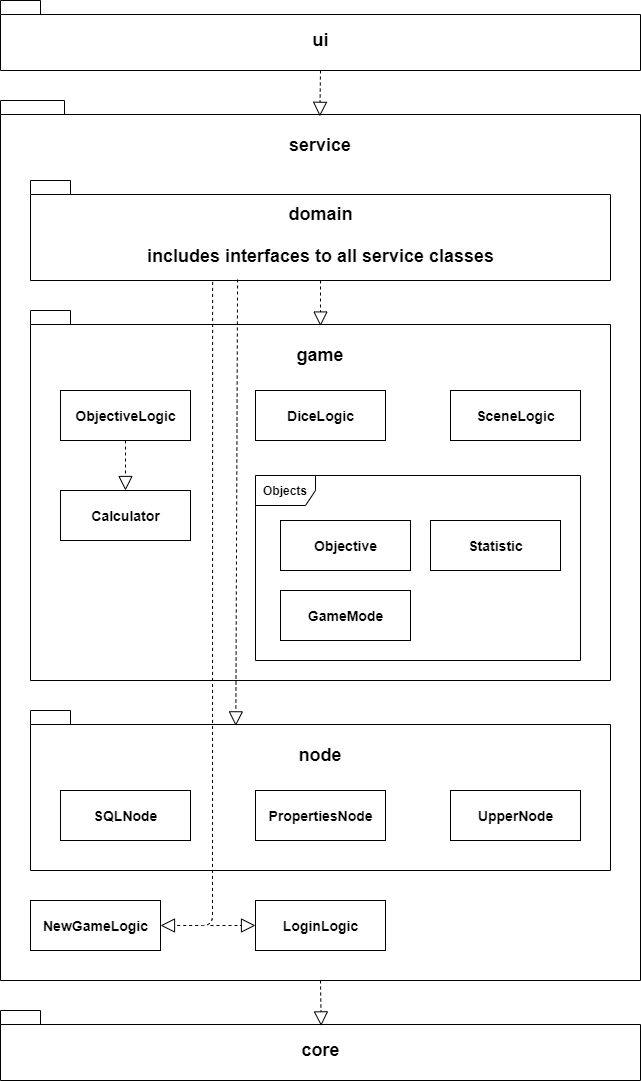
Before: Images/logic.png, a diagram exported from draw.io (tsa-dom/ot-harjoitustyo). Source tidied: cells renumbered, new cells last; positions are measured from the earlier drawing's top-left corner, leaving out a move shared by most shapes. Source of this version:
```xml
<mxGraphModel>
  <root>
    <mxCell id="0" />
    <mxCell id="1" parent="0" />
    <mxCell id="2" value="&lt;font style=&quot;font-size: 18px&quot;&gt;ui&lt;/font&gt;" style="shape=folder;fontStyle=1;spacingTop=10;tabWidth=40;tabHeight=14;tabPosition=left;html=1;" parent="1" vertex="1">
      <mxGeometry width="640" height="70" as="geometry" />
    </mxCell>
    <mxCell id="3" style="shape=folder;fontStyle=1;spacingTop=10;tabWidth=40;tabHeight=14;tabPosition=left;html=1;" parent="1" vertex="1">
      <mxGeometry y="100" width="640" height="880" as="geometry" />
    </mxCell>
    <mxCell id="4" value="service" style="text;align=center;fontStyle=1;verticalAlign=middle;spacingLeft=3;spacingRight=3;strokeColor=none;fontSize=18;" parent="1" vertex="1">
      <mxGeometry x="280" y="130" width="80" height="26" as="geometry" />
    </mxCell>
    <mxCell id="5" style="shape=folder;fontStyle=1;spacingTop=10;tabWidth=40;tabHeight=14;tabPosition=left;html=1;" parent="1" vertex="1">
      <mxGeometry x="30" y="310" width="580" height="370" as="geometry" />
    </mxCell>
    <mxCell id="6" value="game" style="text;align=center;fontStyle=1;verticalAlign=middle;spacingLeft=3;spacingRight=3;strokeColor=none;fontSize=18;" parent="1" vertex="1">
      <mxGeometry x="280" y="340" width="80" height="26" as="geometry" />
    </mxCell>
    <mxCell id="7" value="&lt;span style=&quot;font-size: 14px&quot;&gt;&lt;b&gt;ObjectiveLogic&lt;/b&gt;&lt;/span&gt;" style="html=1;" parent="1" vertex="1">
      <mxGeometry x="60" y="390" width="130" height="50" as="geometry" />
    </mxCell>
    <mxCell id="8" value="&lt;span style=&quot;font-size: 14px&quot;&gt;&lt;b&gt;Calculator&lt;/b&gt;&lt;/span&gt;" style="html=1;" parent="1" vertex="1">
      <mxGeometry x="60" y="490" width="130" height="50" as="geometry" />
    </mxCell>
    <mxCell id="9" value="&lt;span style=&quot;font-size: 14px&quot;&gt;&lt;b&gt;DiceLogic&lt;/b&gt;&lt;/span&gt;" style="html=1;" parent="1" vertex="1">
      <mxGeometry x="255" y="390" width="130" height="50" as="geometry" />
    </mxCell>
    <mxCell id="10" value="&lt;span style=&quot;font-size: 14px&quot;&gt;&lt;b&gt;SceneLogic&lt;/b&gt;&lt;/span&gt;" style="html=1;" parent="1" vertex="1">
      <mxGeometry x="450" y="390" width="130" height="50" as="geometry" />
    </mxCell>
    <mxCell id="11" value="&lt;font style=&quot;font-size: 18px&quot;&gt;domain&lt;br&gt;&lt;br&gt;includes interfaces to all service classes&lt;br&gt;&lt;/font&gt;" style="shape=folder;fontStyle=1;spacingTop=10;tabWidth=40;tabHeight=14;tabPosition=left;html=1;" parent="1" vertex="1">
      <mxGeometry x="30" y="180" width="580" height="100" as="geometry" />
    </mxCell>
    <mxCell id="12" value="&lt;b&gt;&lt;font style=&quot;font-size: 12px&quot;&gt;Objects&lt;/font&gt;&lt;/b&gt;" style="shape=umlFrame;whiteSpace=wrap;html=1;" parent="1" vertex="1">
      <mxGeometry x="255" y="475" width="325" height="185" as="geometry" />
    </mxCell>
    <mxCell id="13" value="&lt;span style=&quot;font-size: 14px&quot;&gt;&lt;b&gt;Objective&lt;/b&gt;&lt;/span&gt;" style="html=1;" parent="1" vertex="1">
      <mxGeometry x="280" y="520" width="130" height="50" as="geometry" />
    </mxCell>
    <mxCell id="14" value="&lt;span style=&quot;font-size: 14px&quot;&gt;&lt;b&gt;Statistic&lt;/b&gt;&lt;/span&gt;" style="html=1;" parent="1" vertex="1">
      <mxGeometry x="430" y="520" width="130" height="50" as="geometry" />
    </mxCell>
    <mxCell id="15" value="&lt;span style=&quot;font-size: 14px&quot;&gt;&lt;b&gt;GameMode&lt;/b&gt;&lt;/span&gt;" style="html=1;" parent="1" vertex="1">
      <mxGeometry x="280" y="590" width="130" height="50" as="geometry" />
    </mxCell>
    <mxCell id="16" style="shape=folder;fontStyle=1;spacingTop=10;tabWidth=40;tabHeight=14;tabPosition=left;html=1;" parent="1" vertex="1">
      <mxGeometry x="30" y="710" width="580" height="160" as="geometry" />
    </mxCell>
    <mxCell id="17" value="node" style="text;align=center;fontStyle=1;verticalAlign=middle;spacingLeft=3;spacingRight=3;strokeColor=none;fontSize=18;" parent="1" vertex="1">
      <mxGeometry x="280" y="740" width="80" height="26" as="geometry" />
    </mxCell>
    <mxCell id="18" value="&lt;span style=&quot;font-size: 14px&quot;&gt;&lt;b&gt;SQLNode&lt;/b&gt;&lt;/span&gt;" style="html=1;" parent="1" vertex="1">
      <mxGeometry x="60" y="790" width="130" height="50" as="geometry" />
    </mxCell>
    <mxCell id="19" value="&lt;span style=&quot;font-size: 14px&quot;&gt;&lt;b&gt;PropertiesNode&lt;/b&gt;&lt;/span&gt;" style="html=1;" parent="1" vertex="1">
      <mxGeometry x="255" y="790" width="130" height="50" as="geometry" />
    </mxCell>
    <mxCell id="20" value="&lt;span style=&quot;font-size: 14px&quot;&gt;&lt;b&gt;UpperNode&lt;/b&gt;&lt;/span&gt;" style="html=1;" parent="1" vertex="1">
      <mxGeometry x="450" y="790" width="130" height="50" as="geometry" />
    </mxCell>
    <mxCell id="21" value="&lt;span style=&quot;font-size: 14px&quot;&gt;&lt;b&gt;NewGameLogic&lt;/b&gt;&lt;/span&gt;" style="html=1;" parent="1" vertex="1">
      <mxGeometry x="30" y="900" width="130" height="50" as="geometry" />
    </mxCell>
    <mxCell id="22" value="&lt;span style=&quot;font-size: 14px&quot;&gt;&lt;b&gt;LoginLogic&lt;/b&gt;&lt;/span&gt;" style="html=1;" parent="1" vertex="1">
      <mxGeometry x="255" y="900" width="130" height="50" as="geometry" />
    </mxCell>
    <mxCell id="23" style="endArrow=block;dashed=1;endFill=0;endSize=12;html=1;exitX=0.5;exitY=1;exitDx=0;exitDy=0;exitPerimeter=0;entryX=0.499;entryY=0.018;entryDx=0;entryDy=0;entryPerimeter=0;" parent="1" edge="1" source="2" target="3">
      <mxGeometry relative="1" as="geometry" />
    </mxCell>
    <mxCell id="24" style="endArrow=block;dashed=1;endFill=0;endSize=12;html=1;exitX=0.5;exitY=1;exitDx=0;exitDy=0;exitPerimeter=0;entryX=0.5;entryY=0.042;entryDx=0;entryDy=0;entryPerimeter=0;" parent="1" edge="1" source="11" target="5">
      <mxGeometry relative="1" as="geometry" />
    </mxCell>
    <mxCell id="25" style="endArrow=block;dashed=1;endFill=0;endSize=12;html=1;exitX=0.357;exitY=0.99;exitDx=0;exitDy=0;exitPerimeter=0;entryX=0.354;entryY=0.096;entryDx=0;entryDy=0;entryPerimeter=0;" parent="1" edge="1" source="11" target="16">
      <mxGeometry relative="1" as="geometry" />
    </mxCell>
    <mxCell id="26" style="endArrow=block;dashed=1;endFill=0;endSize=12;html=1;exitX=0.314;exitY=1.014;exitDx=0;exitDy=0;exitPerimeter=0;entryX=1;entryY=0.5;entryDx=0;entryDy=0;" parent="1" edge="1" source="11" target="21">
      <mxGeometry relative="1" as="geometry">
        <Array as="points">
          <mxPoint x="212" y="925" />
        </Array>
      </mxGeometry>
    </mxCell>
    <mxCell id="27" style="endArrow=block;dashed=1;endFill=0;endSize=12;html=1;entryX=0;entryY=0.5;entryDx=0;entryDy=0;" parent="1" edge="1" target="22">
      <mxGeometry relative="1" as="geometry">
        <mxPoint x="210" y="925" as="sourcePoint" />
      </mxGeometry>
    </mxCell>
    <mxCell id="28" style="endArrow=block;dashed=1;endFill=0;endSize=12;html=1;exitX=0.5;exitY=1;exitDx=0;exitDy=0;entryX=0.5;entryY=0;entryDx=0;entryDy=0;" parent="1" edge="1" source="7" target="8">
      <mxGeometry relative="1" as="geometry" />
    </mxCell>
    <mxCell id="29" value="&lt;font style=&quot;font-size: 18px&quot;&gt;core&lt;/font&gt;" style="shape=folder;fontStyle=1;spacingTop=10;tabWidth=40;tabHeight=14;tabPosition=left;html=1;" parent="1" vertex="1">
      <mxGeometry y="1010" width="640" height="70" as="geometry" />
    </mxCell>
    <mxCell id="30" style="endArrow=block;dashed=1;endFill=0;endSize=12;html=1;exitX=0.5;exitY=1;exitDx=0;exitDy=0;exitPerimeter=0;entryX=0.501;entryY=0.22;entryDx=0;entryDy=0;entryPerimeter=0;" parent="1" edge="1" source="3" target="29">
      <mxGeometry relative="1" as="geometry" />
    </mxCell>
  </root>
</mxGraphModel>
```
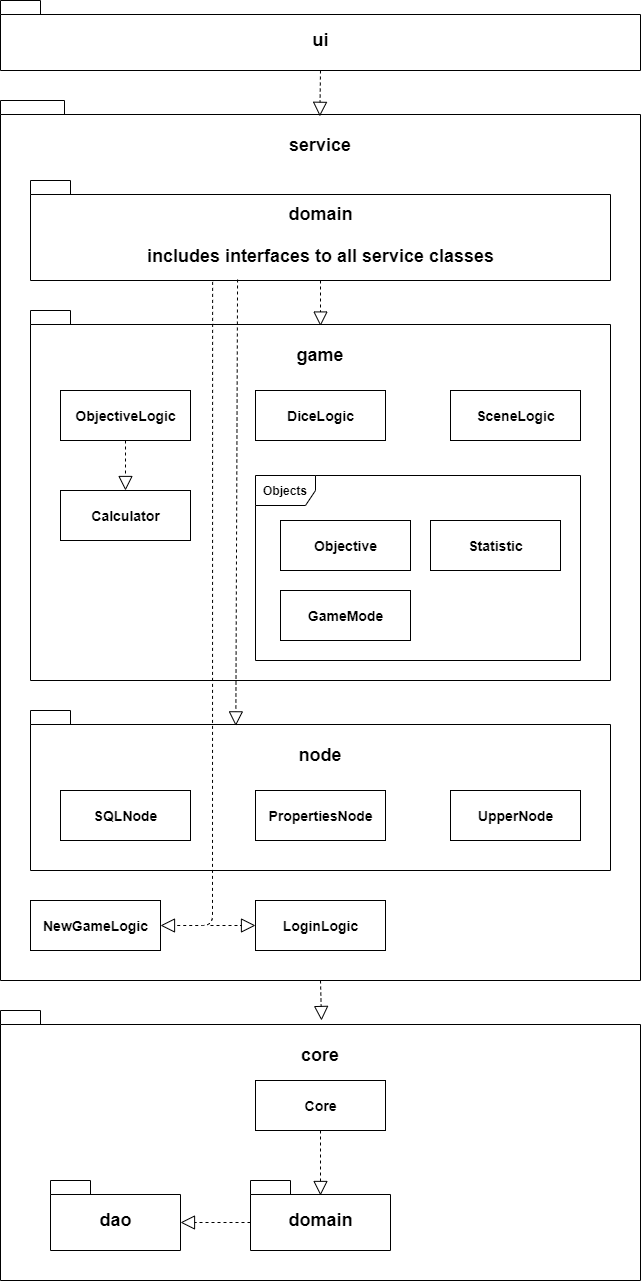
The same diagram one commit later.

Diff of the diagram source:
```diff
@@ -89,11 +89,31 @@
     <mxCell id="28" style="endArrow=block;dashed=1;endFill=0;endSize=12;html=1;exitX=0.5;exitY=1;exitDx=0;exitDy=0;entryX=0.5;entryY=0;entryDx=0;entryDy=0;" parent="1" edge="1" source="7" target="8">
       <mxGeometry relative="1" as="geometry" />
     </mxCell>
-    <mxCell id="29" value="&lt;font style=&quot;font-size: 18px&quot;&gt;core&lt;/font&gt;" style="shape=folder;fontStyle=1;spacingTop=10;tabWidth=40;tabHeight=14;tabPosition=left;html=1;" parent="1" vertex="1">
-      <mxGeometry y="1010" width="640" height="70" as="geometry" />
+    <mxCell id="29" style="shape=folder;fontStyle=1;spacingTop=10;tabWidth=40;tabHeight=14;tabPosition=left;html=1;" parent="1" vertex="1">
+      <mxGeometry y="1010" width="640" height="270" as="geometry" />
     </mxCell>
-    <mxCell id="30" style="endArrow=block;dashed=1;endFill=0;endSize=12;html=1;exitX=0.5;exitY=1;exitDx=0;exitDy=0;exitPerimeter=0;entryX=0.501;entryY=0.22;entryDx=0;entryDy=0;entryPerimeter=0;" parent="1" edge="1" source="3" target="29">
-      <mxGeometry relative="1" as="geometry" />
+    <mxCell id="30" style="endArrow=block;dashed=1;endFill=0;endSize=12;html=1;exitX=0.5;exitY=1;exitDx=0;exitDy=0;exitPerimeter=0;" parent="1" edge="1" source="3">
+      <mxGeometry relative="1" as="geometry">
+        <mxPoint x="321" y="1020" as="targetPoint" />
+      </mxGeometry>
     </mxCell>
+    <mxCell id="31" value="core" style="text;align=center;fontStyle=1;verticalAlign=middle;spacingLeft=3;spacingRight=3;strokeColor=none;fontSize=18;" parent="1" vertex="1">
+      <mxGeometry x="280" y="1040" width="80" height="26" as="geometry" />
+    </mxCell>
+    <mxCell id="32" value="&lt;font style=&quot;font-size: 18px&quot;&gt;domain&lt;br&gt;&lt;/font&gt;" style="shape=folder;fontStyle=1;spacingTop=10;tabWidth=40;tabHeight=14;tabPosition=left;html=1;" parent="1" vertex="1">
+      <mxGeometry x="250" y="1180" width="140" height="70" as="geometry" />
+    </mxCell>
+    <mxCell id="33" value="&lt;span style=&quot;font-size: 14px&quot;&gt;&lt;b&gt;Core&lt;/b&gt;&lt;/span&gt;" style="html=1;" parent="1" vertex="1">
+      <mxGeometry x="255" y="1080" width="130" height="50" as="geometry" />
+    </mxCell>
+    <mxCell id="34" style="endArrow=block;dashed=1;endFill=0;endSize=12;html=1;exitX=0.5;exitY=1;exitDx=0;exitDy=0;entryX=0.5;entryY=0.214;entryDx=0;entryDy=0;entryPerimeter=0;" parent="1" edge="1" source="33" target="32">
+      <mxGeometry relative="1" as="geometry" />
+    </mxCell>
+    <mxCell id="35" value="&lt;font style=&quot;font-size: 18px&quot;&gt;dao&lt;br&gt;&lt;/font&gt;" style="shape=folder;fontStyle=1;spacingTop=10;tabWidth=40;tabHeight=14;tabPosition=left;html=1;" parent="1" vertex="1">
+      <mxGeometry x="50" y="1180" width="130" height="70" as="geometry" />
+    </mxCell>
+    <mxCell id="36" style="endArrow=block;dashed=1;endFill=0;endSize=12;html=1;exitX=0;exitY=0;exitDx=0;exitDy=42;entryX=0;entryY=0;entryDx=130;entryDy=42;entryPerimeter=0;exitPerimeter=0;" parent="1" edge="1" source="32" target="35">
+      <mxGeometry relative="1" as="geometry" />
+    </mxCell>
   </root>
 </mxGraphModel>
```
